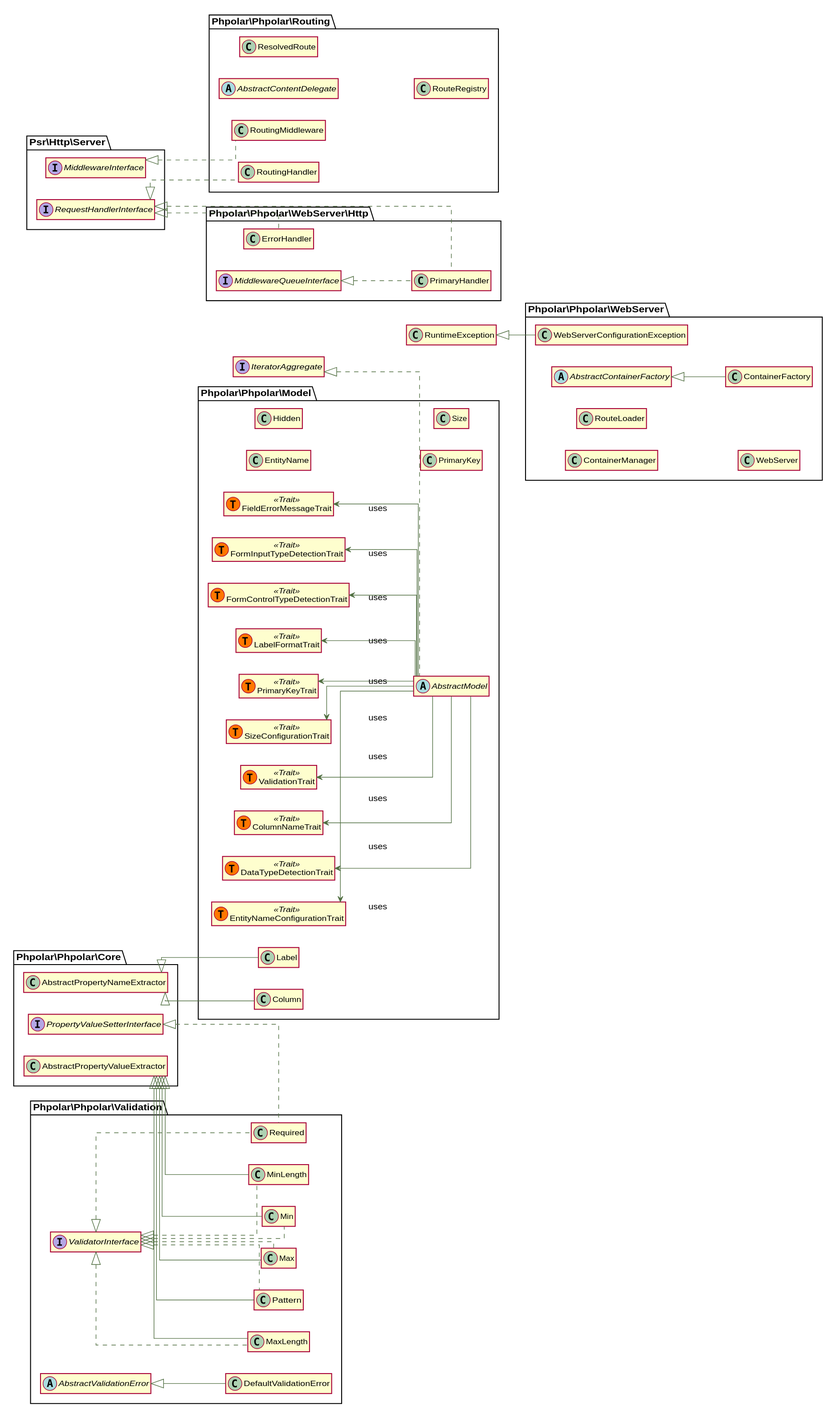
Earlier version of the PlantUML export docs/graphs/classes.svg (phpolar/phpolar).
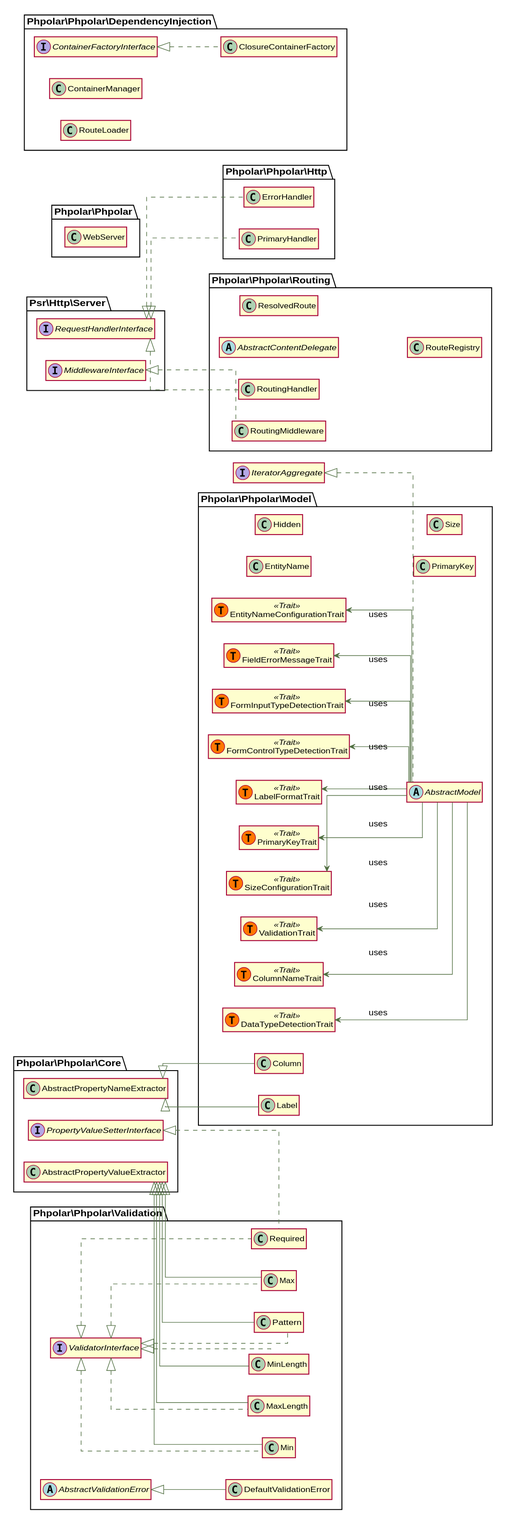
The same file after the commit.

Diff of the diagram source:
```diff
@@ -12,6 +12,27 @@
 left to right direction
 set namespaceSeparator \\
 
+
+class \\Phpolar\\Phpolar\\WebServer {
+}
+
+class \\Phpolar\\Phpolar\\DependencyInjection\\ClosureContainerFactory implements \\Phpolar\\Phpolar\\DependencyInjection\\ContainerFactoryInterface {
+}
+
+class \\Phpolar\\Phpolar\\DependencyInjection\\ContainerManager {
+}
+
+class \\Phpolar\\Phpolar\\DependencyInjection\\RouteLoader {
+}
+
+interface \\Phpolar\\Phpolar\\DependencyInjection\\ContainerFactoryInterface {
+}
+
+class \\Phpolar\\Phpolar\\Http\\ErrorHandler implements \\Psr\\Http\\Server\\RequestHandlerInterface {
+}
+
+class \\Phpolar\\Phpolar\\Http\\PrimaryHandler implements \\Psr\\Http\\Server\\RequestHandlerInterface {
+}
 \\Phpolar\\Phpolar\\Model\\ColumnNameTrait <-- \\Phpolar\\Phpolar\\Model\\AbstractModel : uses
 \\Phpolar\\Phpolar\\Model\\DataTypeDetectionTrait <-- \\Phpolar\\Phpolar\\Model\\AbstractModel : uses
 \\Phpolar\\Phpolar\\Model\\EntityNameConfigurationTrait <-- \\Phpolar\\Phpolar\\Model\\AbstractModel : uses
@@ -116,31 +137,4 @@
 interface \\Phpolar\\Phpolar\\Validation\\ValidatorInterface {
 }
 
-abstract class \\Phpolar\\Phpolar\\WebServer\\AbstractContainerFactory {
-}
-
-class \\Phpolar\\Phpolar\\WebServer\\ContainerFactory extends \\Phpolar\\Phpolar\\WebServer\\AbstractContainerFactory {
-}
-
-class \\Phpolar\\Phpolar\\WebServer\\ContainerManager {
-}
-
-class \\Phpolar\\Phpolar\\WebServer\\RouteLoader {
-}
-
-class \\Phpolar\\Phpolar\\WebServer\\WebServer {
-}
-
-class \\Phpolar\\Phpolar\\WebServer\\WebServerConfigurationException extends \\RuntimeException {
-}
-
-class \\Phpolar\\Phpolar\\WebServer\\Http\\ErrorHandler implements \\Psr\\Http\\Server\\RequestHandlerInterface {
-}
-
-class \\Phpolar\\Phpolar\\WebServer\\Http\\PrimaryHandler implements \\Psr\\Http\\Server\\RequestHandlerInterface,\\Phpolar\\Phpolar\\WebServer\\Http\\MiddlewareQueueInterface {
-}
-
-interface \\Phpolar\\Phpolar\\WebServer\\Http\\MiddlewareQueueInterface {
-}
-
 @enduml
```
